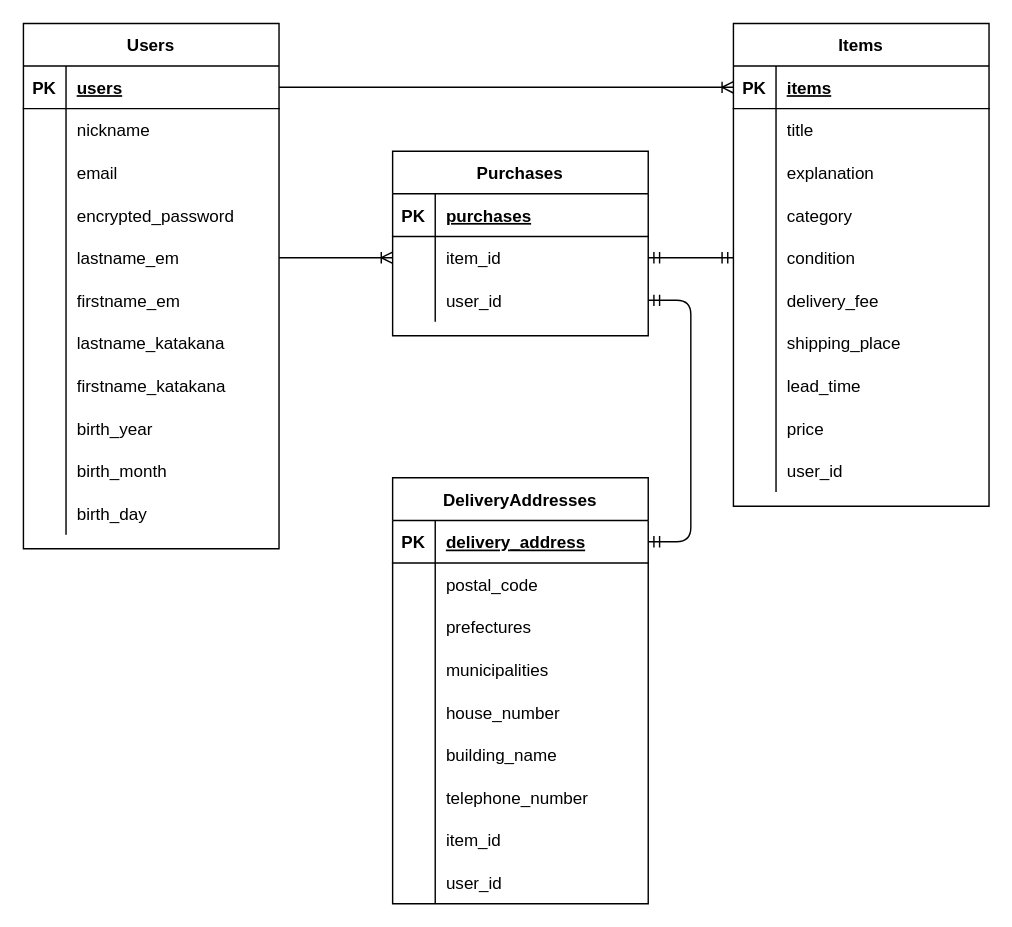
The draw.io diagram furima.dio in hirokichitana/furima-37142, before the edit. Source tidied: cells renumbered, new cells numbered last; positions are measured from the earlier drawing's top-left corner, leaving out a move shared by most shapes. Both pictures are drawn from the tidied source at 142%, with x=0, y=0 at pixel (23, 23).
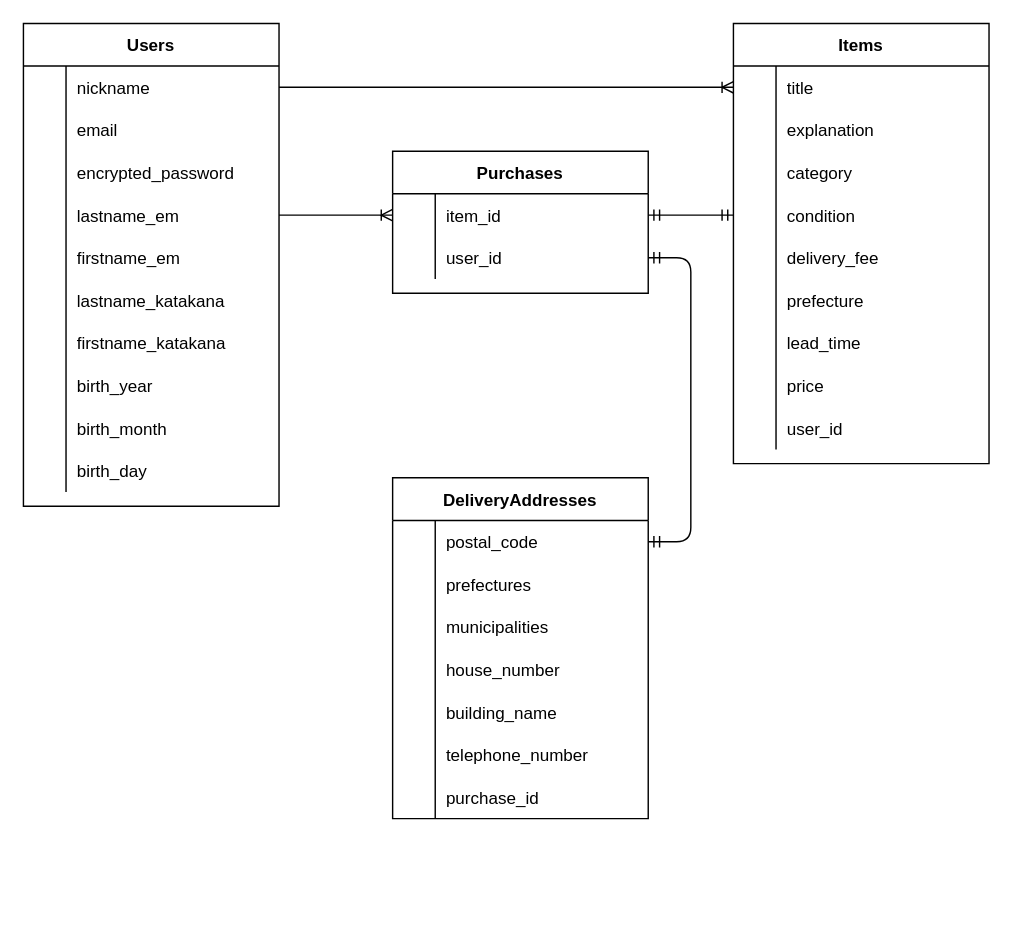
Above is the later version.

Change to the diagram source:
```diff
@@
     <mxCell id="2" value="Items" style="shape=table;startSize=30;childLayout=tableLayout;rowLines=0;fontStyle=1;align=center;rounded=0;" parent="1" vertex="1">
-      <mxGeometry x="500" width="180" height="340" as="geometry" />
+      <mxGeometry x="500" width="180" height="310" as="geometry" />
     </mxCell>
-    <mxCell id="3" style="shape=partialRectangle;fillColor=none;top=0;left=0;bottom=1;right=0;points=[[0,0.5],[1,0.5]];portConstraint=eastwest;rounded=0;" parent="2" vertex="1">
-      <mxGeometry y="30" width="180" height="30" as="geometry" />
-    </mxCell>
-    <mxCell id="4" value="PK" style="shape=partialRectangle;fillColor=none;top=0;left=0;bottom=0;right=0;fontStyle=1;overflow=hidden;rounded=0;" parent="3" vertex="1">
-      <mxGeometry width="30" height="30" as="geometry" />
-    </mxCell>
-    <mxCell id="5" value="items" style="shape=partialRectangle;fillColor=none;top=0;left=0;bottom=0;right=0;align=left;spacingLeft=6;fontStyle=5;overflow=hidden;rounded=0;" parent="3" vertex="1">
-      <mxGeometry x="30" width="150" height="30" as="geometry" />
-    </mxCell>
     <mxCell id="6" style="shape=partialRectangle;fillColor=none;top=0;left=0;bottom=0;right=0;rounded=0;" parent="2" vertex="1">
-      <mxGeometry y="60" width="180" height="30" as="geometry" />
+      <mxGeometry y="30" width="180" height="30" as="geometry" />
     </mxCell>
@@
     <mxCell id="9" style="shape=partialRectangle;fillColor=none;top=0;left=0;bottom=0;right=0;rounded=0;" parent="2" vertex="1">
-      <mxGeometry y="90" width="180" height="30" as="geometry" />
+      <mxGeometry y="60" width="180" height="30" as="geometry" />
     </mxCell>
@@
     <mxCell id="12" style="shape=partialRectangle;fillColor=none;top=0;left=0;bottom=0;right=0;rounded=0;" parent="2" vertex="1">
-      <mxGeometry y="120" width="180" height="30" as="geometry" />
+      <mxGeometry y="90" width="180" height="30" as="geometry" />
     </mxCell>
@@
     <mxCell id="15" style="shape=partialRectangle;fillColor=none;top=0;left=0;bottom=0;right=0;points=[[0,0.5],[1,0.5]];portConstraint=eastwest;rounded=0;" parent="2" vertex="1">
-      <mxGeometry y="150" width="180" height="30" as="geometry" />
+      <mxGeometry y="120" width="180" height="30" as="geometry" />
     </mxCell>
@@
     <mxCell id="18" style="shape=partialRectangle;fillColor=none;top=0;left=0;bottom=0;right=0;rounded=0;" parent="2" vertex="1">
-      <mxGeometry y="180" width="180" height="30" as="geometry" />
+      <mxGeometry y="150" width="180" height="30" as="geometry" />
     </mxCell>
@@
     <mxCell id="21" style="shape=partialRectangle;fillColor=none;top=0;left=0;bottom=0;right=0;rounded=0;" parent="2" vertex="1">
-      <mxGeometry y="210" width="180" height="30" as="geometry" />
+      <mxGeometry y="180" width="180" height="30" as="geometry" />
     </mxCell>
@@
-    <mxCell id="23" value="shipping_place" style="shape=partialRectangle;fillColor=none;top=0;left=0;bottom=0;right=0;align=left;spacingLeft=6;overflow=hidden;rounded=0;" parent="21" vertex="1">
+    <mxCell id="23" value="prefecture" style="shape=partialRectangle;fillColor=none;top=0;left=0;bottom=0;right=0;align=left;spacingLeft=6;overflow=hidden;rounded=0;" parent="21" vertex="1">
       <mxGeometry x="30" width="150" height="30" as="geometry" />
     </mxCell>
     <mxCell id="24" style="shape=partialRectangle;fillColor=none;top=0;left=0;bottom=0;right=0;rounded=0;" parent="2" vertex="1">
-      <mxGeometry y="240" width="180" height="30" as="geometry" />
+      <mxGeometry y="210" width="180" height="30" as="geometry" />
     </mxCell>
@@
     <mxCell id="27" style="shape=partialRectangle;fillColor=none;top=0;left=0;bottom=0;right=0;rounded=0;" parent="2" vertex="1">
-      <mxGeometry y="270" width="180" height="30" as="geometry" />
+      <mxGeometry y="240" width="180" height="30" as="geometry" />
     </mxCell>
@@
     <mxCell id="30" style="shape=partialRectangle;fillColor=none;top=0;left=0;bottom=0;right=0;rounded=0;" parent="2" vertex="1">
-      <mxGeometry y="300" width="180" height="30" as="geometry" />
+      <mxGeometry y="270" width="180" height="30" as="geometry" />
     </mxCell>
@@
     <mxCell id="33" value="Users" style="shape=table;startSize=30;childLayout=tableLayout;rowLines=0;fontStyle=1;align=center;" parent="1" vertex="1">
-      <mxGeometry width="180" height="370" as="geometry" />
+      <mxGeometry width="180" height="340" as="geometry" />
     </mxCell>
-    <mxCell id="34" style="shape=partialRectangle;fillColor=none;top=0;left=0;bottom=1;right=0;points=[[0,0.5],[1,0.5]];portConstraint=eastwest;" parent="33" vertex="1">
-      <mxGeometry y="30" width="180" height="30" as="geometry" />
-    </mxCell>
-    <mxCell id="35" value="PK" style="shape=partialRectangle;fillColor=none;top=0;left=0;bottom=0;right=0;fontStyle=1;overflow=hidden;" parent="34" vertex="1">
-      <mxGeometry width="30" height="30" as="geometry" />
-    </mxCell>
-    <mxCell id="36" value="users" style="shape=partialRectangle;fillColor=none;top=0;left=0;bottom=0;right=0;align=left;spacingLeft=6;fontStyle=5;overflow=hidden;" parent="34" vertex="1">
-      <mxGeometry x="30" width="150" height="30" as="geometry" />
-    </mxCell>
     <mxCell id="37" style="shape=partialRectangle;fillColor=none;top=0;left=0;bottom=0;right=0;" parent="33" vertex="1">
-      <mxGeometry y="60" width="180" height="30" as="geometry" />
+      <mxGeometry y="30" width="180" height="30" as="geometry" />
     </mxCell>
@@
     <mxCell id="40" style="shape=partialRectangle;fillColor=none;top=0;left=0;bottom=0;right=0;" parent="33" vertex="1">
-      <mxGeometry y="90" width="180" height="30" as="geometry" />
+      <mxGeometry y="60" width="180" height="30" as="geometry" />
     </mxCell>
@@
     <mxCell id="43" style="shape=partialRectangle;fillColor=none;top=0;left=0;bottom=0;right=0;" parent="33" vertex="1">
-      <mxGeometry y="120" width="180" height="30" as="geometry" />
+      <mxGeometry y="90" width="180" height="30" as="geometry" />
     </mxCell>
@@
     <mxCell id="46" style="shape=partialRectangle;fillColor=none;top=0;left=0;bottom=0;right=0;points=[[0,0.5],[1,0.5]];portConstraint=eastwest;" parent="33" vertex="1">
-      <mxGeometry y="150" width="180" height="30" as="geometry" />
+      <mxGeometry y="120" width="180" height="30" as="geometry" />
     </mxCell>
@@
     <mxCell id="49" style="shape=partialRectangle;fillColor=none;top=0;left=0;bottom=0;right=0;" parent="33" vertex="1">
-      <mxGeometry y="180" width="180" height="30" as="geometry" />
+      <mxGeometry y="150" width="180" height="30" as="geometry" />
     </mxCell>
@@
     <mxCell id="52" style="shape=partialRectangle;fillColor=none;top=0;left=0;bottom=0;right=0;" parent="33" vertex="1">
-      <mxGeometry y="210" width="180" height="30" as="geometry" />
+      <mxGeometry y="180" width="180" height="30" as="geometry" />
     </mxCell>
@@
     <mxCell id="55" style="shape=partialRectangle;fillColor=none;top=0;left=0;bottom=0;right=0;" parent="33" vertex="1">
-      <mxGeometry y="240" width="180" height="30" as="geometry" />
+      <mxGeometry y="210" width="180" height="30" as="geometry" />
     </mxCell>
@@
     <mxCell id="58" style="shape=partialRectangle;fillColor=none;top=0;left=0;bottom=0;right=0;" parent="33" vertex="1">
-      <mxGeometry y="270" width="180" height="30" as="geometry" />
+      <mxGeometry y="240" width="180" height="30" as="geometry" />
     </mxCell>
@@
     <mxCell id="61" style="shape=partialRectangle;fillColor=none;top=0;left=0;bottom=0;right=0;" parent="33" vertex="1">
-      <mxGeometry y="300" width="180" height="30" as="geometry" />
+      <mxGeometry y="270" width="180" height="30" as="geometry" />
     </mxCell>
@@
     <mxCell id="64" style="shape=partialRectangle;fillColor=none;top=0;left=0;bottom=0;right=0;" parent="33" vertex="1">
-      <mxGeometry y="330" width="180" height="30" as="geometry" />
+      <mxGeometry y="300" width="180" height="30" as="geometry" />
     </mxCell>
@@
-    <mxCell id="67" style="edgeStyle=entityRelationEdgeStyle;fontSize=12;html=1;endArrow=ERoneToMany;exitX=1;exitY=0.5;exitDx=0;exitDy=0;entryX=0;entryY=0.5;entryDx=0;entryDy=0;" parent="1" edge="1" source="34" target="3">
-      <mxGeometry relative="1" as="geometry" />
+    <mxCell id="67" style="edgeStyle=entityRelationEdgeStyle;fontSize=12;html=1;endArrow=ERoneToMany;exitX=1;exitY=0.5;exitDx=0;exitDy=0;entryX=0;entryY=0.5;entryDx=0;entryDy=0;" parent="1" edge="1">
+      <mxGeometry relative="1" as="geometry">
+        <mxPoint x="180" y="45" as="sourcePoint" />
+        <mxPoint x="500" y="45" as="targetPoint" />
+      </mxGeometry>
     </mxCell>
     <mxCell id="68" value="DeliveryAddresses" style="shape=table;startSize=30;childLayout=tableLayout;rowLines=0;fontStyle=1;align=center;rounded=0;" parent="1" vertex="1">
-      <mxGeometry x="260" y="320" width="180" height="300" as="geometry" />
+      <mxGeometry x="260" y="320" width="180" height="240" as="geometry" />
     </mxCell>
-    <mxCell id="69" style="shape=partialRectangle;fillColor=none;top=0;left=0;bottom=1;right=0;points=[[0,0.5],[1,0.5]];portConstraint=eastwest;rounded=0;" parent="68" vertex="1">
-      <mxGeometry y="30" width="180" height="30" as="geometry" />
-    </mxCell>
-    <mxCell id="70" value="PK" style="shape=partialRectangle;fillColor=none;top=0;left=0;bottom=0;right=0;fontStyle=1;overflow=hidden;rounded=0;" parent="69" vertex="1">
-      <mxGeometry width="30" height="30" as="geometry" />
-    </mxCell>
-    <mxCell id="71" value="delivery_address" style="shape=partialRectangle;fillColor=none;top=0;left=0;bottom=0;right=0;align=left;spacingLeft=6;fontStyle=5;overflow=hidden;rounded=0;" parent="69" vertex="1">
-      <mxGeometry x="30" width="150" height="30" as="geometry" />
-    </mxCell>
     <mxCell id="72" style="shape=partialRectangle;fillColor=none;top=0;left=0;bottom=0;right=0;rounded=0;" parent="68" vertex="1">
-      <mxGeometry y="60" width="180" height="30" as="geometry" />
+      <mxGeometry y="30" width="180" height="30" as="geometry" />
     </mxCell>
@@
     <mxCell id="75" style="shape=partialRectangle;fillColor=none;top=0;left=0;bottom=0;right=0;rounded=0;" parent="68" vertex="1">
-      <mxGeometry y="90" width="180" height="30" as="geometry" />
+      <mxGeometry y="60" width="180" height="30" as="geometry" />
     </mxCell>
@@
     <mxCell id="78" style="shape=partialRectangle;fillColor=none;top=0;left=0;bottom=0;right=0;rounded=0;" parent="68" vertex="1">
-      <mxGeometry y="120" width="180" height="30" as="geometry" />
+      <mxGeometry y="90" width="180" height="30" as="geometry" />
     </mxCell>
@@
     <mxCell id="81" style="shape=partialRectangle;fillColor=none;top=0;left=0;bottom=0;right=0;rounded=0;" parent="68" vertex="1">
-      <mxGeometry y="150" width="180" height="30" as="geometry" />
+      <mxGeometry y="120" width="180" height="30" as="geometry" />
     </mxCell>
@@
     <mxCell id="84" style="shape=partialRectangle;fillColor=none;top=0;left=0;bottom=0;right=0;rounded=0;" parent="68" vertex="1">
-      <mxGeometry y="180" width="180" height="30" as="geometry" />
+      <mxGeometry y="150" width="180" height="30" as="geometry" />
     </mxCell>
@@
     <mxCell id="87" style="shape=partialRectangle;fillColor=none;top=0;left=0;bottom=0;right=0;rounded=0;" parent="68" vertex="1">
-      <mxGeometry y="210" width="180" height="30" as="geometry" />
+      <mxGeometry y="180" width="180" height="30" as="geometry" />
     </mxCell>
@@
     <mxCell id="90" style="shape=partialRectangle;fillColor=none;top=0;left=0;bottom=0;right=0;rounded=0;" parent="68" vertex="1">
-      <mxGeometry y="240" width="180" height="30" as="geometry" />
+      <mxGeometry y="210" width="180" height="30" as="geometry" />
     </mxCell>
@@
-    <mxCell id="92" value="item_id" style="shape=partialRectangle;fillColor=none;top=0;left=0;bottom=0;right=0;align=left;spacingLeft=6;overflow=hidden;rounded=0;" parent="90" vertex="1">
+    <mxCell id="92" value="purchase_id" style="shape=partialRectangle;fillColor=none;top=0;left=0;bottom=0;right=0;align=left;spacingLeft=6;overflow=hidden;rounded=0;" parent="90" vertex="1">
       <mxGeometry x="30" width="150" height="30" as="geometry" />
     </mxCell>
-    <mxCell id="93" style="shape=partialRectangle;fillColor=none;top=0;left=0;bottom=0;right=0;rounded=0;" parent="68" vertex="1">
-      <mxGeometry y="270" width="180" height="30" as="geometry" />
-    </mxCell>
-    <mxCell id="94" style="shape=partialRectangle;fillColor=none;top=0;left=0;bottom=0;right=0;overflow=hidden;rounded=0;" parent="93" vertex="1">
-      <mxGeometry width="30" height="30" as="geometry" />
-    </mxCell>
-    <mxCell id="95" value="user_id" style="shape=partialRectangle;fillColor=none;top=0;left=0;bottom=0;right=0;align=left;spacingLeft=6;overflow=hidden;rounded=0;" parent="93" vertex="1">
-      <mxGeometry x="30" width="150" height="30" as="geometry" />
-    </mxCell>
     <mxCell id="96" value="Purchases" style="shape=table;startSize=30;childLayout=tableLayout;rowLines=0;fontStyle=1;align=center;" parent="1" vertex="1">
-      <mxGeometry x="260" y="90" width="180" height="130" as="geometry" />
+      <mxGeometry x="260" y="90" width="180" height="100" as="geometry" />
     </mxCell>
-    <mxCell id="97" style="shape=partialRectangle;fillColor=none;top=0;left=0;bottom=1;right=0;" parent="96" vertex="1">
-      <mxGeometry y="30" width="180" height="30" as="geometry" />
-    </mxCell>
-    <mxCell id="98" value="PK" style="shape=partialRectangle;fillColor=none;top=0;left=0;bottom=0;right=0;fontStyle=1;overflow=hidden;" parent="97" vertex="1">
-      <mxGeometry width="30" height="30" as="geometry" />
-    </mxCell>
-    <mxCell id="99" value="purchases" style="shape=partialRectangle;fillColor=none;top=0;left=0;bottom=0;right=0;align=left;spacingLeft=6;fontStyle=5;overflow=hidden;" parent="97" vertex="1">
-      <mxGeometry x="30" width="150" height="30" as="geometry" />
-    </mxCell>
     <mxCell id="100" style="shape=partialRectangle;fillColor=none;top=0;left=0;bottom=0;right=0;points=[[0,0.5],[1,0.5]];portConstraint=eastwest;" parent="96" vertex="1">
-      <mxGeometry y="60" width="180" height="30" as="geometry" />
+      <mxGeometry y="30" width="180" height="30" as="geometry" />
     </mxCell>
@@
     <mxCell id="103" style="shape=partialRectangle;fillColor=none;top=0;left=0;bottom=0;right=0;points=[[0,0.5],[1,0.5]];portConstraint=eastwest;" parent="96" vertex="1">
-      <mxGeometry y="90" width="180" height="30" as="geometry" />
+      <mxGeometry y="60" width="180" height="30" as="geometry" />
     </mxCell>
@@
-    <mxCell id="107" style="edgeStyle=entityRelationEdgeStyle;fontSize=12;html=1;endArrow=ERmandOne;startArrow=ERmandOne;exitX=1;exitY=0.5;exitDx=0;exitDy=0;entryX=1;entryY=0.5;entryDx=0;entryDy=0;" parent="1" edge="1" source="69" target="103">
-      <mxGeometry relative="1" as="geometry" />
+    <mxCell id="107" style="edgeStyle=entityRelationEdgeStyle;fontSize=12;html=1;endArrow=ERmandOne;startArrow=ERmandOne;exitX=1;exitY=0.5;exitDx=0;exitDy=0;entryX=1;entryY=0.5;entryDx=0;entryDy=0;" parent="1" edge="1" target="103">
+      <mxGeometry relative="1" as="geometry">
+        <mxPoint x="440" y="365" as="sourcePoint" />
+      </mxGeometry>
     </mxCell>
```
